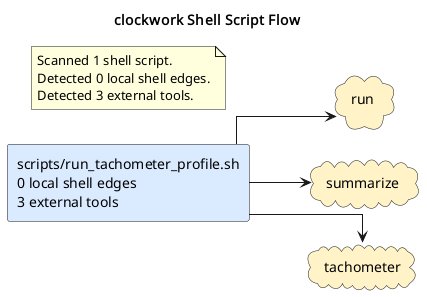
The PlantUML diagram docs/diagrams/shell-call-graph.puml.png in casonk/clockwork, before a commit.
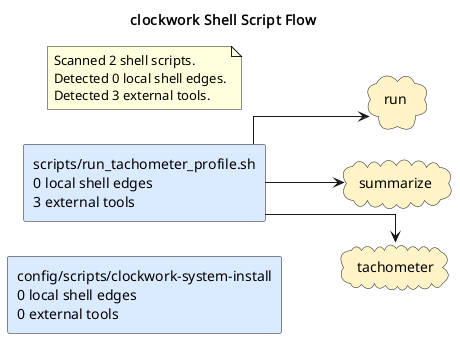
After the commit.

Diff of the diagram source:
```diff
@@ -5,6 +5,7 @@
 skinparam defaultFontName Monospace
 skinparam componentStyle rectangle
 skinparam linetype ortho
+rectangle "config/scripts/clockwork-system-install\n0 local shell edges\n0 external tools" as shell_config_scripts_clockwork_system_install #DBEAFE
 rectangle "scripts/run_tachometer_profile.sh\n0 local shell edges\n3 external tools" as shell_scripts_run_tachometer_profile_sh #DBEAFE
 cloud "run" as tool_run #FEF3C7
 cloud "summarize" as tool_summarize #FEF3C7
@@ -13,7 +14,7 @@
 shell_scripts_run_tachometer_profile_sh --> tool_summarize
 shell_scripts_run_tachometer_profile_sh --> tool_tachometer
 note as shellGraphSummary
-Scanned 1 shell script.
+Scanned 2 shell scripts.
 Detected 0 local shell edges.
 Detected 3 external tools.
 end note
```
